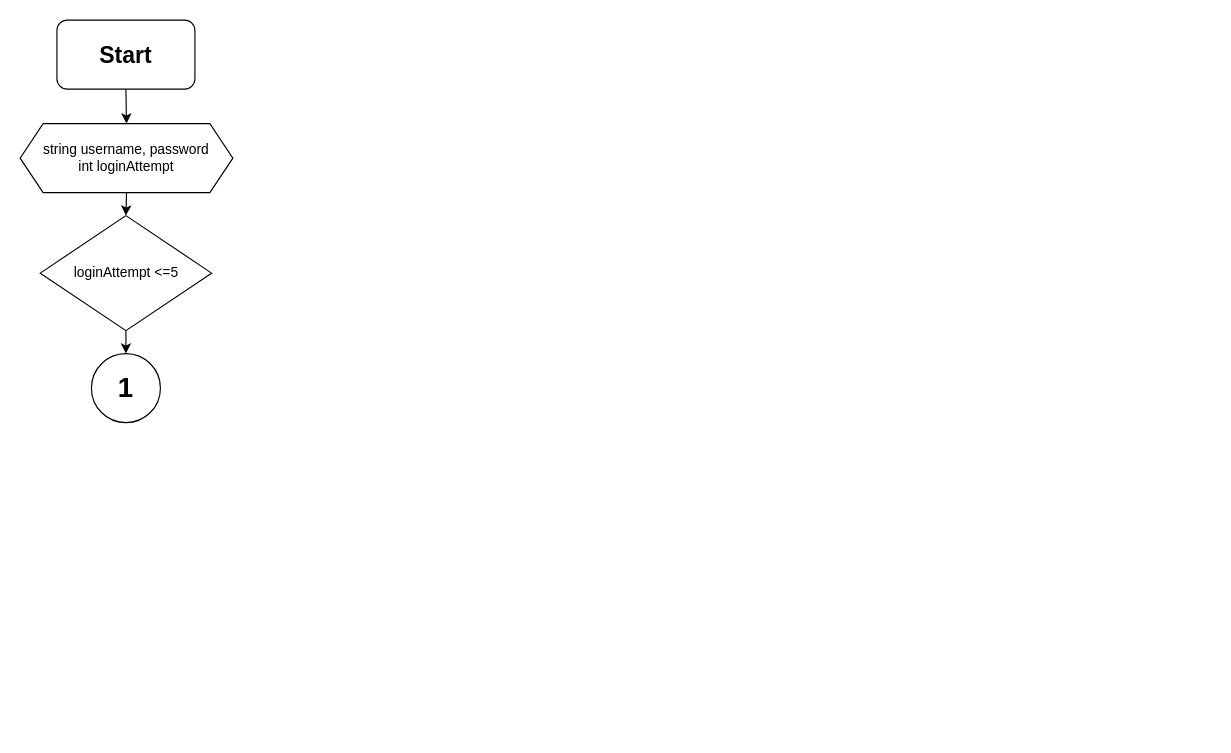
Rizqirazkafi/Kuliah keeps this draw.io diagram as Pemrograman Dasar/UAS/Untitled Diagram.drawio. Above is the earlier version. Source tidied: cells renumbered, new cells numbered last; positions are measured from the earlier drawing's top-left corner, leaving out a move shared by most shapes. Both pictures are drawn from the tidied source at 115%, with x=0, y=0 at pixel (20, 20).
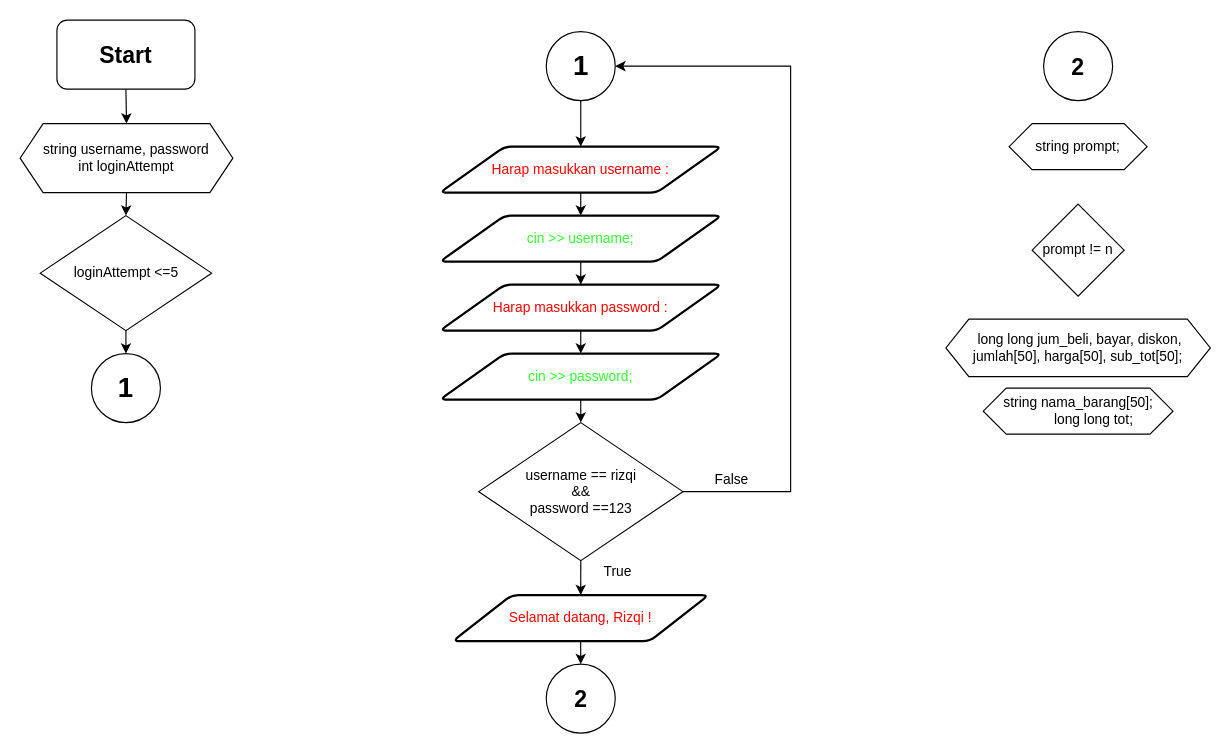
After the change.

What changed in the source:
```diff
@@
+    <mxCell id="9" style="edgeStyle=orthogonalEdgeStyle;rounded=0;jettySize=auto;html=1;exitX=0.5;exitY=1;exitDx=0;exitDy=0;entryX=0.5;entryY=0;entryDx=0;entryDy=0;" parent="1" edge="1" source="10" target="12">
+      <mxGeometry relative="1" as="geometry" />
+    </mxCell>
+    <mxCell id="10" value="&lt;font color=&quot;#FF0000&quot;&gt;Harap masukkan username :&lt;/font&gt;" style="shape=parallelogram;html=1;strokeWidth=2;perimeter=parallelogramPerimeter;whiteSpace=wrap;rounded=1;arcSize=12;size=0.23;" parent="1" vertex="1">
+      <mxGeometry x="365" y="110" width="245" height="40" as="geometry" />
+    </mxCell>
+    <mxCell id="11" style="edgeStyle=orthogonalEdgeStyle;rounded=0;jettySize=auto;html=1;exitX=0.5;exitY=1;exitDx=0;exitDy=0;entryX=0.5;entryY=0;entryDx=0;entryDy=0;" parent="1" edge="1" source="12" target="14">
+      <mxGeometry relative="1" as="geometry" />
+    </mxCell>
+    <mxCell id="12" value="&lt;font color=&quot;#33FF33&quot;&gt;cin &amp;gt;&amp;gt; username;&lt;/font&gt;" style="shape=parallelogram;html=1;strokeWidth=2;perimeter=parallelogramPerimeter;whiteSpace=wrap;rounded=1;arcSize=12;size=0.23;" parent="1" vertex="1">
+      <mxGeometry x="365" y="170" width="245" height="40" as="geometry" />
+    </mxCell>
+    <mxCell id="13" style="edgeStyle=orthogonalEdgeStyle;rounded=0;jettySize=auto;html=1;exitX=0.5;exitY=1;exitDx=0;exitDy=0;entryX=0.5;entryY=0;entryDx=0;entryDy=0;" parent="1" edge="1" source="14" target="16">
+      <mxGeometry relative="1" as="geometry" />
+    </mxCell>
+    <mxCell id="14" value="&lt;font color=&quot;#FF0000&quot;&gt;Harap masukkan password :&lt;/font&gt;" style="shape=parallelogram;html=1;strokeWidth=2;perimeter=parallelogramPerimeter;whiteSpace=wrap;rounded=1;arcSize=12;size=0.23;" parent="1" vertex="1">
+      <mxGeometry x="365" y="230" width="245" height="40" as="geometry" />
+    </mxCell>
+    <mxCell id="15" style="edgeStyle=orthogonalEdgeStyle;rounded=0;jettySize=auto;html=1;exitX=0.5;exitY=1;exitDx=0;exitDy=0;entryX=0.5;entryY=0;entryDx=0;entryDy=0;" parent="1" edge="1" source="16" target="19">
+      <mxGeometry relative="1" as="geometry" />
+    </mxCell>
+    <mxCell id="16" value="&lt;font color=&quot;#33FF33&quot;&gt;cin &amp;gt;&amp;gt; password;&lt;/font&gt;" style="shape=parallelogram;html=1;strokeWidth=2;perimeter=parallelogramPerimeter;whiteSpace=wrap;rounded=1;arcSize=12;size=0.23;" parent="1" vertex="1">
+      <mxGeometry x="365" y="290" width="245" height="40" as="geometry" />
+    </mxCell>
+    <mxCell id="17" style="edgeStyle=orthogonalEdgeStyle;rounded=0;jettySize=auto;html=1;exitX=1;exitY=0.5;exitDx=0;exitDy=0;entryX=1;entryY=0.5;entryDx=0;entryDy=0;" parent="1" edge="1" source="19" target="23">
+      <mxGeometry relative="1" as="geometry">
+        <Array as="points">
+          <mxPoint x="670" y="410" />
+          <mxPoint x="670" y="40" />
+        </Array>
+      </mxGeometry>
+    </mxCell>
+    <mxCell id="18" style="edgeStyle=orthogonalEdgeStyle;rounded=0;jettySize=auto;html=1;exitX=0.5;exitY=1;exitDx=0;exitDy=0;entryX=0.5;entryY=0;entryDx=0;entryDy=0;" parent="1" edge="1" source="19" target="21">
+      <mxGeometry relative="1" as="geometry" />
+    </mxCell>
+    <mxCell id="19" value="&lt;div&gt;username == rizqi &lt;br&gt;&lt;/div&gt;&lt;div&gt;&amp;amp;&amp;amp;&lt;/div&gt;&lt;div&gt; password ==123&lt;/div&gt;" style="rhombus;whiteSpace=wrap;html=1;" parent="1" vertex="1">
+      <mxGeometry x="398.8" y="350" width="177.5" height="120" as="geometry" />
+    </mxCell>
+    <mxCell id="20" style="edgeStyle=orthogonalEdgeStyle;rounded=0;jettySize=auto;html=1;exitX=0.5;exitY=1;exitDx=0;exitDy=0;entryX=0.5;entryY=0;entryDx=0;entryDy=0;" parent="1" edge="1" source="21" target="24">
+      <mxGeometry relative="1" as="geometry" />
+    </mxCell>
+    <mxCell id="21" value="&lt;font color=&quot;#FF0000&quot;&gt;Selamat datang, Rizqi !&lt;br&gt;&lt;/font&gt;" style="shape=parallelogram;html=1;strokeWidth=2;perimeter=parallelogramPerimeter;whiteSpace=wrap;rounded=1;arcSize=12;size=0.23;" parent="1" vertex="1">
+      <mxGeometry x="376.2" y="500" width="222.5" height="40" as="geometry" />
+    </mxCell>
+    <mxCell id="22" style="edgeStyle=orthogonalEdgeStyle;rounded=0;jettySize=auto;html=1;exitX=0.5;exitY=1;exitDx=0;exitDy=0;" parent="1" edge="1" source="23" target="10">
+      <mxGeometry relative="1" as="geometry" />
+    </mxCell>
+    <mxCell id="23" value="&lt;b&gt;&lt;font style=&quot;font-size: 24px&quot;&gt;1&lt;/font&gt;&lt;/b&gt;" style="ellipse;whiteSpace=wrap;html=1;" parent="1" vertex="1">
+      <mxGeometry x="457.5" y="10" width="60" height="60" as="geometry" />
+    </mxCell>
+    <mxCell id="24" value="&lt;b&gt;&lt;font style=&quot;font-size: 20px&quot;&gt;2&lt;/font&gt;&lt;/b&gt;" style="ellipse;whiteSpace=wrap;html=1;" parent="1" vertex="1">
+      <mxGeometry x="457.5" y="560" width="60" height="60" as="geometry" />
+    </mxCell>
+    <mxCell id="25" value="&lt;b&gt;&lt;font style=&quot;font-size: 20px&quot;&gt;2&lt;/font&gt;&lt;/b&gt;" style="ellipse;whiteSpace=wrap;html=1;" parent="1" vertex="1">
+      <mxGeometry x="890" y="10" width="60" height="60" as="geometry" />
+    </mxCell>
+    <mxCell id="26" value="string prompt;" style="shape=hexagon;perimeter=hexagonPerimeter2;whiteSpace=wrap;html=1;fixedSize=1;" parent="1" vertex="1">
+      <mxGeometry x="860" y="90" width="120" height="40" as="geometry" />
+    </mxCell>
+    <mxCell id="27" value="prompt != n" style="rhombus;whiteSpace=wrap;html=1;" parent="1" vertex="1">
+      <mxGeometry x="880" y="160" width="80" height="80" as="geometry" />
+    </mxCell>
+    <mxCell id="28" value="&amp;nbsp;long long jum_beli, bayar, diskon, jumlah[50], harga[50], sub_tot[50];" style="shape=hexagon;perimeter=hexagonPerimeter2;whiteSpace=wrap;html=1;fixedSize=1;" parent="1" vertex="1">
+      <mxGeometry x="805" y="260" width="230" height="50" as="geometry" />
+    </mxCell>
+    <mxCell id="29" value="string nama_barang[50];&lt;br&gt;&amp;nbsp;&amp;nbsp;&amp;nbsp;&amp;nbsp;&amp;nbsp;&amp;nbsp;&amp;nbsp; long long tot;" style="shape=hexagon;perimeter=hexagonPerimeter2;whiteSpace=wrap;html=1;fixedSize=1;" parent="1" vertex="1">
+      <mxGeometry x="837.5" y="320" width="165" height="40" as="geometry" />
+    </mxCell>
+    <mxCell id="30" value="False" style="text;html=1;strokeColor=none;fillColor=none;align=center;verticalAlign=middle;whiteSpace=wrap;rounded=0;" parent="1" vertex="1">
+      <mxGeometry x="598.8" y="390" width="40" height="20" as="geometry" />
+    </mxCell>
+    <mxCell id="31" value="True" style="text;html=1;strokeColor=none;fillColor=none;align=center;verticalAlign=middle;whiteSpace=wrap;rounded=0;" parent="1" vertex="1">
+      <mxGeometry x="500" y="470" width="40" height="20" as="geometry" />
+    </mxCell>
```
